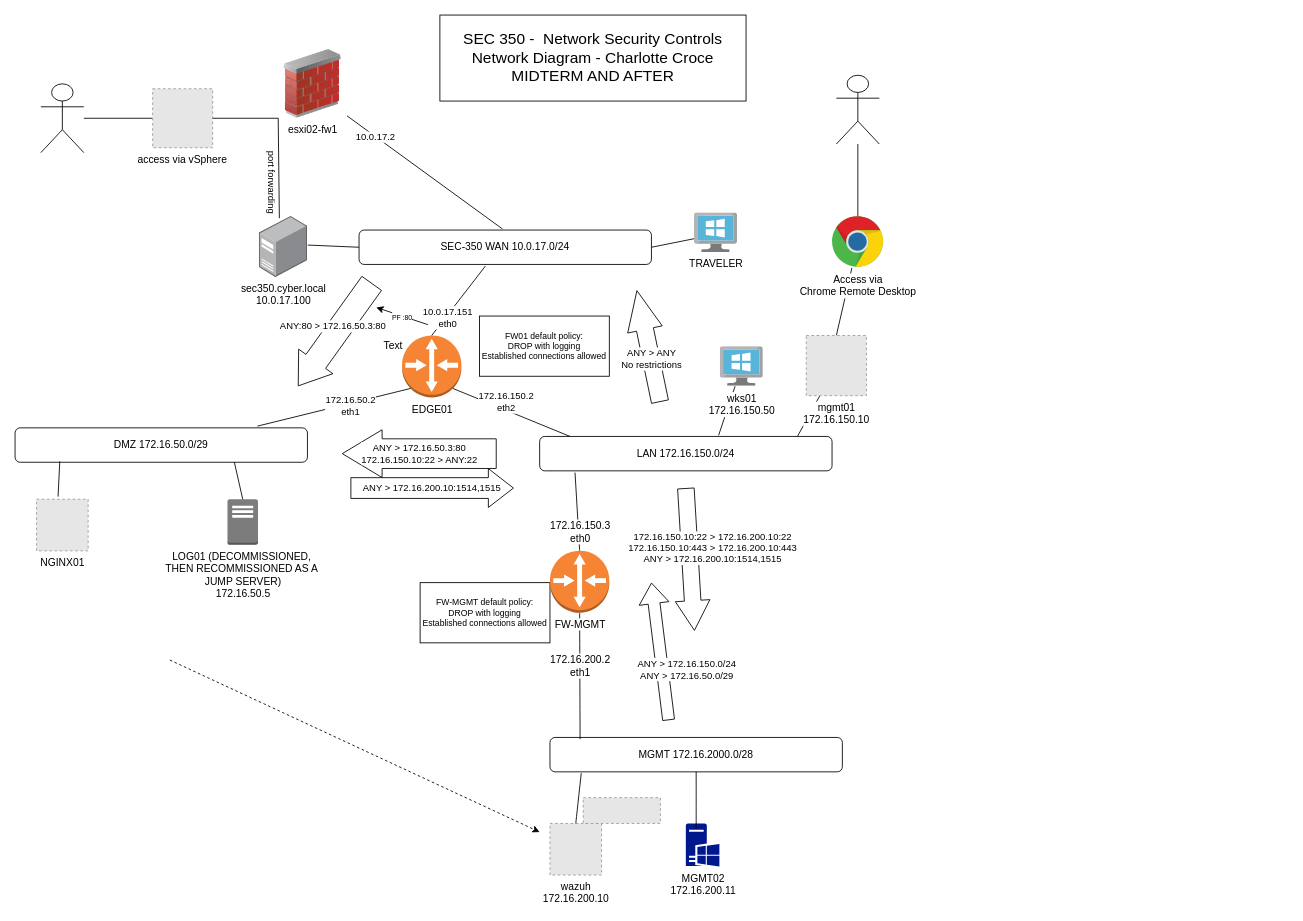
This is net-sec-controls-sec350/diagrams/SEC350_network-diagram-aftermidterm.drawio from charlottecroce/ChamplainTechJournals, a draw.io file, before an edit. Source tidied: cells renumbered, new cells numbered last; positions are measured from the earlier drawing's top-left corner, leaving out a move shared by most shapes. Both pictures are drawn from the tidied source at 86%, with x=0, y=0 at pixel (15, 15). Pictures stored in the file or linked from it are replaced by grey dashed boxes.
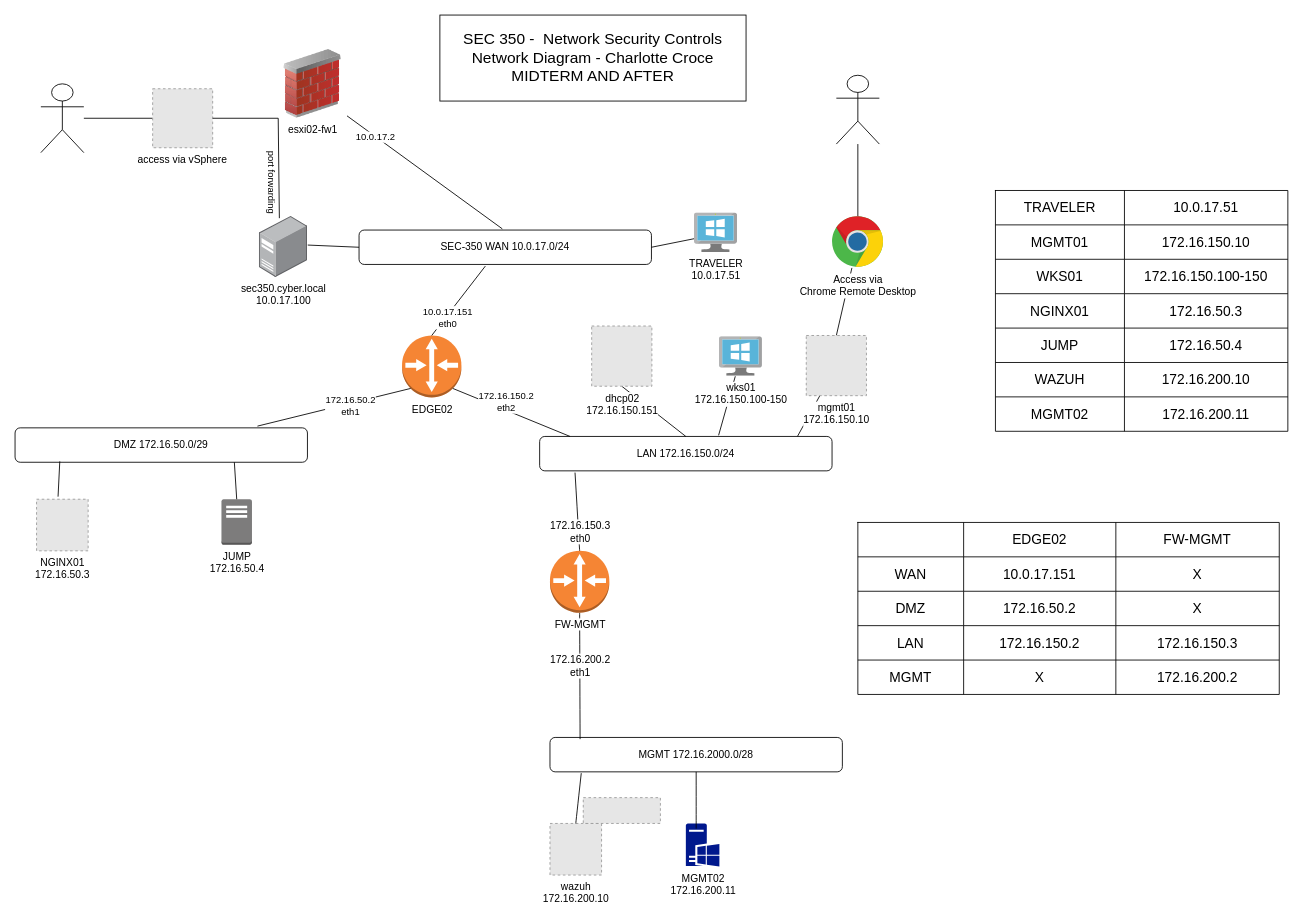
The same diagram, later.

The change refers to these unchanged cells:
```xml
<mxCell id="3" value="LAN 172.16.150.0/24" style="rounded=1;whiteSpace=wrap;html=1;align=center;" parent="1" vertex="1">
  <mxGeometry x="610" y="490" width="340" height="40" as="geometry" />
</mxCell>
```

What changed in the source:
```diff
@@
-    <mxCell id="5" value="EDGE01" style="outlineConnect=0;dashed=0;verticalLabelPosition=bottom;verticalAlign=top;align=center;html=1;shape=mxgraph.aws3.router;fillColor=#F58534;gradientColor=none;" parent="1" vertex="1">
+    <mxCell id="5" value="EDGE02" style="outlineConnect=0;dashed=0;verticalLabelPosition=bottom;verticalAlign=top;align=center;html=1;shape=mxgraph.aws3.router;fillColor=#F58534;gradientColor=none;" parent="1" vertex="1">
       <mxGeometry x="450" y="372.6" width="69" height="72" as="geometry" />
     </mxCell>
@@
-    <mxCell id="10" value="LOG01 (DECOMMISSIONED,&amp;nbsp;&lt;div&gt;THEN RECOMMISSIONED AS A&amp;nbsp;&lt;/div&gt;&lt;div&gt;JUMP SERVER)&lt;br&gt;&lt;div&gt;172.16.50.5&lt;/div&gt;&lt;/div&gt;" style="outlineConnect=0;dashed=0;verticalLabelPosition=bottom;verticalAlign=top;align=center;html=1;shape=mxgraph.aws3.traditional_server;fillColor=#7D7C7C;gradientColor=none;" parent="1" vertex="1">
-      <mxGeometry x="247" y="563" width="35.5" height="53" as="geometry" />
+    <mxCell id="10" value="&lt;div&gt;JUMP&lt;br&gt;&lt;div&gt;172.16.50.4&lt;/div&gt;&lt;/div&gt;" style="outlineConnect=0;dashed=0;verticalLabelPosition=bottom;verticalAlign=top;align=center;html=1;shape=mxgraph.aws3.traditional_server;fillColor=#7D7C7C;gradientColor=none;" parent="1" vertex="1">
+      <mxGeometry x="240" y="563" width="35.5" height="53" as="geometry" />
     </mxCell>
@@
-    <mxCell id="32" value="&lt;div&gt;ANY &amp;gt; 172.16.50.3:80&lt;/div&gt;&lt;div&gt;172.16.150.10:22 &amp;gt; ANY:22&lt;/div&gt;" style="shape=flexArrow;endArrow=classic;html=1;rounded=0;endSize=15.103448275862068;strokeWidth=1;sourcePerimeterSpacing=0;startSize=6;width=34.48275862068966;" parent="1" edge="1">
-      <mxGeometry relative="1" as="geometry">
-        <mxPoint x="560" y="510" as="sourcePoint" />
-        <mxPoint x="380" y="510" as="targetPoint" />
-      </mxGeometry>
-    </mxCell>
-    <mxCell id="33" value="ANY &gt; 172.16.200.10:1514,1515" style="shape=flexArrow;endArrow=classic;rounded=0;width=24.137931034482758;endSize=9.379310344827585;" parent="1" edge="1">
-      <mxGeometry relative="1" as="geometry">
-        <mxPoint x="390" y="550" as="sourcePoint" />
-        <mxPoint x="580" y="550" as="targetPoint" />
-      </mxGeometry>
-    </mxCell>
-    <mxCell id="34" value="ANY:80 &gt; 172.16.50.3:80" style="shape=flexArrow;endArrow=classic;rounded=0;endSize=11.33;strokeWidth=1;sourcePerimeterSpacing=0;startSize=6;width=28;horizontal=1;labelBackgroundColor=default;" parent="1" edge="1">
-      <mxGeometry x="-0.11" y="-8" relative="1" as="geometry">
-        <mxPoint x="415" y="311.6" as="sourcePoint" />
-        <mxPoint x="329" y="431.6" as="targetPoint" />
-      </mxGeometry>
-    </mxCell>
-    <mxCell id="35" value="&lt;div&gt;ANY &amp;gt; ANY&lt;/div&gt;&lt;div&gt;No restrictions&lt;br&gt;&lt;/div&gt;" style="shape=flexArrow;endArrow=classic;html=1;rounded=0;endSize=15.019354838709678;strokeWidth=1;sourcePerimeterSpacing=0;startSize=6;width=20;" parent="1" edge="1">
-      <mxGeometry x="-0.23" relative="1" as="geometry">
-        <mxPoint x="750" y="450" as="sourcePoint" />
-        <mxPoint x="723" y="320" as="targetPoint" />
-      </mxGeometry>
-    </mxCell>
-    <mxCell id="36" value="FW01 default policy:&#10;DROP with logging&#10;Established connections allowed " style="rounded=0;whiteSpace=wrap;fontSize=10;verticalAlign=middle;" parent="1" vertex="1">
-      <mxGeometry x="540" y="350" width="151" height="70" as="geometry" />
-    </mxCell>
@@
-    <mxCell id="38" value="FW-MGMT default policy:&#10;DROP with logging&#10;Established connections allowed " style="rounded=0;whiteSpace=wrap;fontSize=10;verticalAlign=middle;" parent="1" vertex="1">
-      <mxGeometry x="471" y="660" width="151" height="70" as="geometry" />
-    </mxCell>
-    <mxCell id="39" style="shape=flexArrow;endArrow=classic;html=1;rounded=0;width=19.25925925925926;endSize=11.2;" parent="1" edge="1">
-      <mxGeometry relative="1" as="geometry">
-        <mxPoint x="780" y="550" as="sourcePoint" />
-        <mxPoint x="790" y="716" as="targetPoint" />
-      </mxGeometry>
-    </mxCell>
-    <mxCell id="40" value="&lt;div&gt;172.16.150.10:22 &amp;gt; 172.16.200.10:22&lt;br&gt;&lt;/div&gt;&lt;div&gt;172.16.150.10:443 &amp;gt; 172.16.200.10:443&lt;/div&gt;ANY &amp;gt; 172.16.200.10:1514,1515" style="edgeLabel;html=1;align=center;verticalAlign=middle;" parent="39" vertex="1">
-      <mxGeometry x="-0.13" y="2" relative="1" as="geometry">
-        <mxPoint x="24" y="-2" as="offset" />
-      </mxGeometry>
-    </mxCell>
-    <mxCell id="41" style="shape=flexArrow;endArrow=classic;html=1;rounded=0;width=13.793103448275863;endSize=7.63448275862069;" parent="1" edge="1">
-      <mxGeometry relative="1" as="geometry">
-        <mxPoint x="760" y="820" as="sourcePoint" />
-        <mxPoint x="740" y="660" as="targetPoint" />
-      </mxGeometry>
-    </mxCell>
-    <mxCell id="42" value="&lt;div&gt;ANY &amp;gt; 172.16.150.0/24&lt;/div&gt;&lt;div&gt;ANY &amp;gt; 172.16.50.0/29&lt;br&gt;&lt;/div&gt;" style="edgeLabel;html=1;align=center;verticalAlign=middle;" parent="41" vertex="1">
-      <mxGeometry x="-0.04" y="-7" relative="1" as="geometry">
-        <mxPoint x="23" y="18" as="offset" />
-      </mxGeometry>
-    </mxCell>
@@
-    <mxCell id="50" value="wks01&lt;div&gt;172.16.150.50&lt;/div&gt;" style="image;sketch=0;html=1;points=[];align=center;fontSize=12;image=img/lib/mscae/VirtualMachineWindows.svg;" parent="1" vertex="1">
-      <mxGeometry x="820" y="385.6" width="50" height="46" as="geometry" />
+    <mxCell id="50" value="wks01&lt;div&gt;172.16.150.100-150&lt;/div&gt;" style="image;sketch=0;html=1;points=[];align=center;fontSize=12;image=img/lib/mscae/VirtualMachineWindows.svg;" parent="1" vertex="1">
+      <mxGeometry x="819" y="374" width="50" height="46" as="geometry" />
     </mxCell>
@@
-    <mxCell id="57" value="Text" style="text;strokeColor=none;align=center;fillColor=none;html=1;verticalAlign=middle;whiteSpace=wrap;rounded=0;" parent="1" vertex="1">
-      <mxGeometry x="410" y="370" width="60" height="30" as="geometry" />
-    </mxCell>
-    <mxCell id="58" style="endArrow=classic;html=1;rounded=0;dashed=1;" parent="1" edge="1">
-      <mxGeometry relative="1" as="geometry">
-        <mxPoint x="180" y="750" as="sourcePoint" />
-        <mxPoint x="610" y="950" as="targetPoint" />
-      </mxGeometry>
-    </mxCell>
-    <mxCell id="59" style="endArrow=classic;html=1;rounded=0;" parent="1" edge="1">
-      <mxGeometry relative="1" as="geometry">
-        <mxPoint x="480" y="360" as="sourcePoint" />
-        <mxPoint x="420" y="340" as="targetPoint" />
-      </mxGeometry>
-    </mxCell>
-    <mxCell id="60" value="&lt;font style=&quot;font-size: 8px;&quot;&gt;PF :80&lt;/font&gt;" style="edgeLabel;html=1;align=center;verticalAlign=middle;" parent="59" vertex="1">
-      <mxGeometry x="0.05" y="3" relative="1" as="geometry">
-        <mxPoint x="2" y="-2" as="offset" />
-      </mxGeometry>
-    </mxCell>
-    <mxCell id="61" value="NGINX01" style="fillColor=#E6E6E6;strokeColor=#999999;dashed=1;html=1;verticalAlign=top;verticalLabelPosition=bottom;labelBackgroundColor=#ffffff;" parent="1" vertex="1">
+    <mxCell id="61" value="NGINX01&lt;div&gt;172.16.50.3&lt;/div&gt;" style="fillColor=#E6E6E6;strokeColor=#999999;dashed=1;html=1;verticalAlign=top;verticalLabelPosition=bottom;labelBackgroundColor=#ffffff;" parent="1" vertex="1">
       <mxGeometry x="25" y="563" width="60" height="60" as="geometry" />
     </mxCell>
-    <mxCell id="62" value="TRAVELER" style="image;sketch=0;html=1;align=center;fontSize=12;image=img/lib/mscae/VirtualMachineWindows.svg;" parent="1" vertex="1">
+    <mxCell id="62" value="TRAVELER&lt;div&gt;10.0.17.51&lt;/div&gt;" style="image;sketch=0;html=1;align=center;fontSize=12;image=img/lib/mscae/VirtualMachineWindows.svg;" parent="1" vertex="1">
       <mxGeometry x="790" y="230" width="50" height="46" as="geometry" />
     </mxCell>
+    <mxCell id="63" style="endArrow=none;html=1;rounded=0;entryX=0.5;entryY=1;entryDx=0;entryDy=0;exitX=0.5;exitY=0;exitDx=0;exitDy=0;" parent="1" edge="1" source="3" target="64">
+      <mxGeometry relative="1" as="geometry" />
+    </mxCell>
+    <mxCell id="64" value="dhcp02&lt;br&gt;&lt;div&gt;172.16.150.151&lt;/div&gt;" style="fillColor=#E6E6E6;strokeColor=#999999;dashed=1;html=1;verticalAlign=top;verticalLabelPosition=bottom;labelBackgroundColor=default;" parent="1" vertex="1">
+      <mxGeometry x="670.5" y="361.6" width="70" height="70" as="geometry" />
+    </mxCell>
+    <mxCell id="65" style="shape=table;startSize=0;childLayout=tableLayout;fontSize=16;" parent="1" vertex="1">
+      <mxGeometry x="1140" y="204" width="340" height="280" as="geometry" />
+    </mxCell>
+    <mxCell id="66" style="shape=tableRow;horizontal=0;startSize=0;swimlaneHead=0;swimlaneBody=0;strokeColor=inherit;top=0;left=0;bottom=0;right=0;fillColor=none;fontSize=16;" parent="65" vertex="1">
+      <mxGeometry width="340" height="40" as="geometry" />
+    </mxCell>
+    <mxCell id="67" value="TRAVELER" style="shape=partialRectangle;html=1;whiteSpace=wrap;strokeColor=inherit;overflow=hidden;fillColor=none;top=0;left=0;bottom=0;right=0;fontSize=16;" parent="66" vertex="1">
+      <mxGeometry width="150" height="40" as="geometry" />
+    </mxCell>
+    <mxCell id="68" value="10.0.17.51" style="shape=partialRectangle;html=1;whiteSpace=wrap;strokeColor=inherit;overflow=hidden;fillColor=none;top=0;left=0;bottom=0;right=0;fontSize=16;" parent="66" vertex="1">
+      <mxGeometry x="150" width="190" height="40" as="geometry" />
+    </mxCell>
+    <mxCell id="69" style="shape=tableRow;horizontal=0;startSize=0;swimlaneHead=0;swimlaneBody=0;strokeColor=inherit;top=0;left=0;bottom=0;right=0;fillColor=none;fontSize=16;" parent="65" vertex="1">
+      <mxGeometry y="40" width="340" height="40" as="geometry" />
+    </mxCell>
+    <mxCell id="70" value="MGMT01" style="shape=partialRectangle;html=1;whiteSpace=wrap;strokeColor=inherit;overflow=hidden;fillColor=none;top=0;left=0;bottom=0;right=0;fontSize=16;" parent="69" vertex="1">
+      <mxGeometry width="150" height="40" as="geometry" />
+    </mxCell>
+    <mxCell id="71" value="172.16.150.10" style="shape=partialRectangle;html=1;whiteSpace=wrap;strokeColor=inherit;overflow=hidden;fillColor=none;top=0;left=0;bottom=0;right=0;fontSize=16;" parent="69" vertex="1">
+      <mxGeometry x="150" width="190" height="40" as="geometry" />
+    </mxCell>
+    <mxCell id="72" style="shape=tableRow;horizontal=0;startSize=0;swimlaneHead=0;swimlaneBody=0;strokeColor=inherit;top=0;left=0;bottom=0;right=0;fillColor=none;fontSize=16;" parent="65" vertex="1">
+      <mxGeometry y="80" width="340" height="40" as="geometry" />
+    </mxCell>
+    <mxCell id="73" value="WKS01" style="shape=partialRectangle;html=1;whiteSpace=wrap;strokeColor=inherit;overflow=hidden;fillColor=none;top=0;left=0;bottom=0;right=0;fontSize=16;" parent="72" vertex="1">
+      <mxGeometry width="150" height="40" as="geometry" />
+    </mxCell>
+    <mxCell id="74" value="172.16.150.100-150" style="shape=partialRectangle;html=1;whiteSpace=wrap;strokeColor=inherit;overflow=hidden;fillColor=none;top=0;left=0;bottom=0;right=0;fontSize=16;" parent="72" vertex="1">
+      <mxGeometry x="150" width="190" height="40" as="geometry" />
+    </mxCell>
+    <mxCell id="75" style="shape=tableRow;horizontal=0;startSize=0;swimlaneHead=0;swimlaneBody=0;strokeColor=inherit;top=0;left=0;bottom=0;right=0;fillColor=none;fontSize=16;" parent="65" vertex="1">
+      <mxGeometry y="120" width="340" height="40" as="geometry" />
+    </mxCell>
+    <mxCell id="76" value="NGINX01" style="shape=partialRectangle;html=1;whiteSpace=wrap;strokeColor=inherit;overflow=hidden;fillColor=none;top=0;left=0;bottom=0;right=0;fontSize=16;" parent="75" vertex="1">
+      <mxGeometry width="150" height="40" as="geometry" />
+    </mxCell>
+    <mxCell id="77" value="172.16.50.3" style="shape=partialRectangle;html=1;whiteSpace=wrap;strokeColor=inherit;overflow=hidden;fillColor=none;top=0;left=0;bottom=0;right=0;fontSize=16;" parent="75" vertex="1">
+      <mxGeometry x="150" width="190" height="40" as="geometry" />
+    </mxCell>
+    <mxCell id="78" style="shape=tableRow;horizontal=0;startSize=0;swimlaneHead=0;swimlaneBody=0;strokeColor=inherit;top=0;left=0;bottom=0;right=0;fillColor=none;fontSize=16;" parent="65" vertex="1">
+      <mxGeometry y="160" width="340" height="40" as="geometry" />
+    </mxCell>
+    <mxCell id="79" value="JUMP" style="shape=partialRectangle;html=1;whiteSpace=wrap;strokeColor=inherit;overflow=hidden;fillColor=none;top=0;left=0;bottom=0;right=0;fontSize=16;" parent="78" vertex="1">
+      <mxGeometry width="150" height="40" as="geometry" />
+    </mxCell>
+    <mxCell id="80" value="172.16.50.4" style="shape=partialRectangle;html=1;whiteSpace=wrap;strokeColor=inherit;overflow=hidden;fillColor=none;top=0;left=0;bottom=0;right=0;fontSize=16;" parent="78" vertex="1">
+      <mxGeometry x="150" width="190" height="40" as="geometry" />
+    </mxCell>
+    <mxCell id="81" style="shape=tableRow;horizontal=0;startSize=0;swimlaneHead=0;swimlaneBody=0;strokeColor=inherit;top=0;left=0;bottom=0;right=0;fillColor=none;fontSize=16;" parent="65" vertex="1">
+      <mxGeometry y="200" width="340" height="40" as="geometry" />
+    </mxCell>
+    <mxCell id="82" value="WAZUH" style="shape=partialRectangle;html=1;whiteSpace=wrap;strokeColor=inherit;overflow=hidden;fillColor=none;top=0;left=0;bottom=0;right=0;fontSize=16;" parent="81" vertex="1">
+      <mxGeometry width="150" height="40" as="geometry" />
+    </mxCell>
+    <mxCell id="83" value="172.16.200.10" style="shape=partialRectangle;html=1;whiteSpace=wrap;strokeColor=inherit;overflow=hidden;fillColor=none;top=0;left=0;bottom=0;right=0;fontSize=16;" parent="81" vertex="1">
+      <mxGeometry x="150" width="190" height="40" as="geometry" />
+    </mxCell>
+    <mxCell id="84" style="shape=tableRow;horizontal=0;startSize=0;swimlaneHead=0;swimlaneBody=0;strokeColor=inherit;top=0;left=0;bottom=0;right=0;fillColor=none;fontSize=16;" parent="65" vertex="1">
+      <mxGeometry y="240" width="340" height="40" as="geometry" />
+    </mxCell>
+    <mxCell id="85" value="MGMT02" style="shape=partialRectangle;html=1;whiteSpace=wrap;strokeColor=inherit;overflow=hidden;fillColor=none;top=0;left=0;bottom=0;right=0;fontSize=16;" parent="84" vertex="1">
+      <mxGeometry width="150" height="40" as="geometry" />
+    </mxCell>
+    <mxCell id="86" value="172.16.200.11" style="shape=partialRectangle;html=1;whiteSpace=wrap;strokeColor=inherit;overflow=hidden;fillColor=none;top=0;left=0;bottom=0;right=0;fontSize=16;" parent="84" vertex="1">
+      <mxGeometry x="150" width="190" height="40" as="geometry" />
+    </mxCell>
+    <mxCell id="87" style="shape=table;startSize=0;childLayout=tableLayout;fontSize=16;" parent="1" vertex="1">
+      <mxGeometry x="980" y="590" width="490" height="200" as="geometry" />
+    </mxCell>
+    <mxCell id="88" style="shape=tableRow;horizontal=0;startSize=0;swimlaneHead=0;swimlaneBody=0;strokeColor=inherit;top=0;left=0;bottom=0;right=0;fillColor=none;fontSize=16;" parent="87" vertex="1">
+      <mxGeometry width="490" height="40" as="geometry" />
+    </mxCell>
+    <mxCell id="89" style="shape=partialRectangle;html=1;whiteSpace=wrap;strokeColor=inherit;overflow=hidden;fillColor=none;top=0;left=0;bottom=0;right=0;fontSize=16;" parent="88" vertex="1">
+      <mxGeometry width="123" height="40" as="geometry" />
+    </mxCell>
+    <mxCell id="90" value="EDGE02" style="shape=partialRectangle;html=1;whiteSpace=wrap;strokeColor=inherit;overflow=hidden;fillColor=none;top=0;left=0;bottom=0;right=0;fontSize=16;" parent="88" vertex="1">
+      <mxGeometry x="123" width="177" height="40" as="geometry" />
+    </mxCell>
+    <mxCell id="91" value="FW-MGMT" style="shape=partialRectangle;html=1;whiteSpace=wrap;strokeColor=inherit;overflow=hidden;fillColor=none;top=0;left=0;bottom=0;right=0;fontSize=16;" parent="88" vertex="1">
+      <mxGeometry x="300" width="190" height="40" as="geometry" />
+    </mxCell>
+    <mxCell id="92" style="shape=tableRow;horizontal=0;startSize=0;swimlaneHead=0;swimlaneBody=0;strokeColor=inherit;top=0;left=0;bottom=0;right=0;fillColor=none;fontSize=16;" parent="87" vertex="1">
+      <mxGeometry y="40" width="490" height="40" as="geometry" />
+    </mxCell>
+    <mxCell id="93" value="WAN" style="shape=partialRectangle;html=1;whiteSpace=wrap;strokeColor=inherit;overflow=hidden;fillColor=none;top=0;left=0;bottom=0;right=0;fontSize=16;" parent="92" vertex="1">
+      <mxGeometry width="123" height="40" as="geometry" />
+    </mxCell>
+    <mxCell id="94" value="10.0.17.151" style="shape=partialRectangle;html=1;whiteSpace=wrap;strokeColor=inherit;overflow=hidden;fillColor=none;top=0;left=0;bottom=0;right=0;fontSize=16;" parent="92" vertex="1">
+      <mxGeometry x="123" width="177" height="40" as="geometry" />
+    </mxCell>
+    <mxCell id="95" value="X" style="shape=partialRectangle;html=1;whiteSpace=wrap;strokeColor=inherit;overflow=hidden;fillColor=none;top=0;left=0;bottom=0;right=0;fontSize=16;" parent="92" vertex="1">
+      <mxGeometry x="300" width="190" height="40" as="geometry" />
+    </mxCell>
+    <mxCell id="96" style="shape=tableRow;horizontal=0;startSize=0;swimlaneHead=0;swimlaneBody=0;strokeColor=inherit;top=0;left=0;bottom=0;right=0;fillColor=none;fontSize=16;" parent="87" vertex="1">
+      <mxGeometry y="80" width="490" height="40" as="geometry" />
+    </mxCell>
+    <mxCell id="97" value="DMZ" style="shape=partialRectangle;html=1;whiteSpace=wrap;strokeColor=inherit;overflow=hidden;fillColor=none;top=0;left=0;bottom=0;right=0;fontSize=16;" parent="96" vertex="1">
+      <mxGeometry width="123" height="40" as="geometry" />
+    </mxCell>
+    <mxCell id="98" value="172.16.50.2" style="shape=partialRectangle;html=1;whiteSpace=wrap;strokeColor=inherit;overflow=hidden;fillColor=none;top=0;left=0;bottom=0;right=0;fontSize=16;" parent="96" vertex="1">
+      <mxGeometry x="123" width="177" height="40" as="geometry" />
+    </mxCell>
+    <mxCell id="99" value="X" style="shape=partialRectangle;html=1;whiteSpace=wrap;strokeColor=inherit;overflow=hidden;fillColor=none;top=0;left=0;bottom=0;right=0;fontSize=16;" parent="96" vertex="1">
+      <mxGeometry x="300" width="190" height="40" as="geometry" />
+    </mxCell>
+    <mxCell id="100" style="shape=tableRow;horizontal=0;startSize=0;swimlaneHead=0;swimlaneBody=0;strokeColor=inherit;top=0;left=0;bottom=0;right=0;fillColor=none;fontSize=16;" parent="87" vertex="1">
+      <mxGeometry y="120" width="490" height="40" as="geometry" />
+    </mxCell>
+    <mxCell id="101" value="LAN" style="shape=partialRectangle;html=1;whiteSpace=wrap;strokeColor=inherit;overflow=hidden;fillColor=none;top=0;left=0;bottom=0;right=0;fontSize=16;" parent="100" vertex="1">
+      <mxGeometry width="123" height="40" as="geometry" />
+    </mxCell>
+    <mxCell id="102" value="172.16.150.2" style="shape=partialRectangle;html=1;whiteSpace=wrap;strokeColor=inherit;overflow=hidden;fillColor=none;top=0;left=0;bottom=0;right=0;fontSize=16;" parent="100" vertex="1">
+      <mxGeometry x="123" width="177" height="40" as="geometry" />
+    </mxCell>
+    <mxCell id="103" value="172.16.150.3" style="shape=partialRectangle;html=1;whiteSpace=wrap;strokeColor=inherit;overflow=hidden;fillColor=none;top=0;left=0;bottom=0;right=0;fontSize=16;" parent="100" vertex="1">
+      <mxGeometry x="300" width="190" height="40" as="geometry" />
+    </mxCell>
+    <mxCell id="104" style="shape=tableRow;horizontal=0;startSize=0;swimlaneHead=0;swimlaneBody=0;strokeColor=inherit;top=0;left=0;bottom=0;right=0;fillColor=none;fontSize=16;" parent="87" vertex="1">
+      <mxGeometry y="160" width="490" height="40" as="geometry" />
+    </mxCell>
+    <mxCell id="105" value="MGMT" style="shape=partialRectangle;html=1;whiteSpace=wrap;strokeColor=inherit;overflow=hidden;fillColor=none;top=0;left=0;bottom=0;right=0;fontSize=16;" parent="104" vertex="1">
+      <mxGeometry width="123" height="40" as="geometry" />
+    </mxCell>
+    <mxCell id="106" value="X" style="shape=partialRectangle;html=1;whiteSpace=wrap;strokeColor=inherit;overflow=hidden;fillColor=none;top=0;left=0;bottom=0;right=0;fontSize=16;" parent="104" vertex="1">
+      <mxGeometry x="123" width="177" height="40" as="geometry" />
+    </mxCell>
+    <mxCell id="107" value="172.16.200.2" style="shape=partialRectangle;html=1;whiteSpace=wrap;strokeColor=inherit;overflow=hidden;fillColor=none;top=0;left=0;bottom=0;right=0;fontSize=16;" parent="104" vertex="1">
+      <mxGeometry x="300" width="190" height="40" as="geometry" />
+    </mxCell>
```
